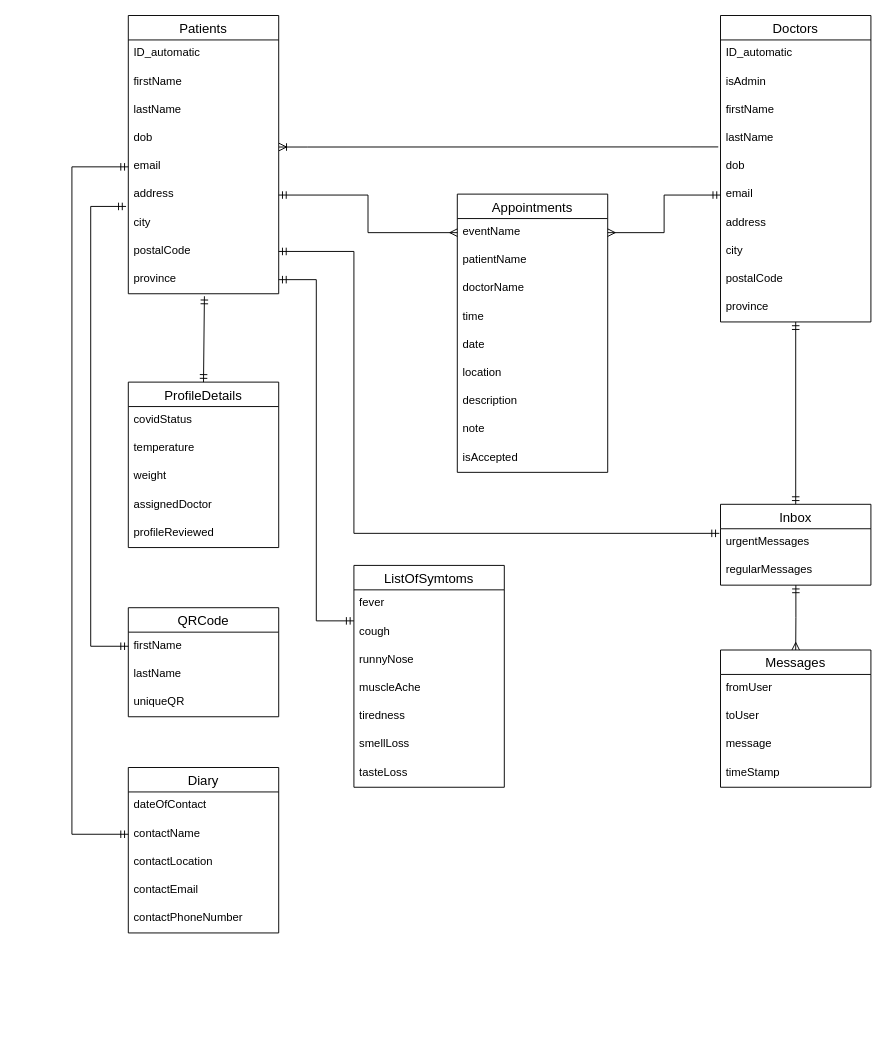
This is wiki_docs/SAD/Database diagram.drawio from SamanthaGuillemette/SOEN390, a draw.io file, before an edit. Source tidied: cells renumbered, new cells numbered last; positions are measured from the earlier drawing's top-left corner, leaving out a move shared by most shapes. Both pictures are drawn from the tidied source at 94%, with x=0, y=0 at pixel (71, 15).
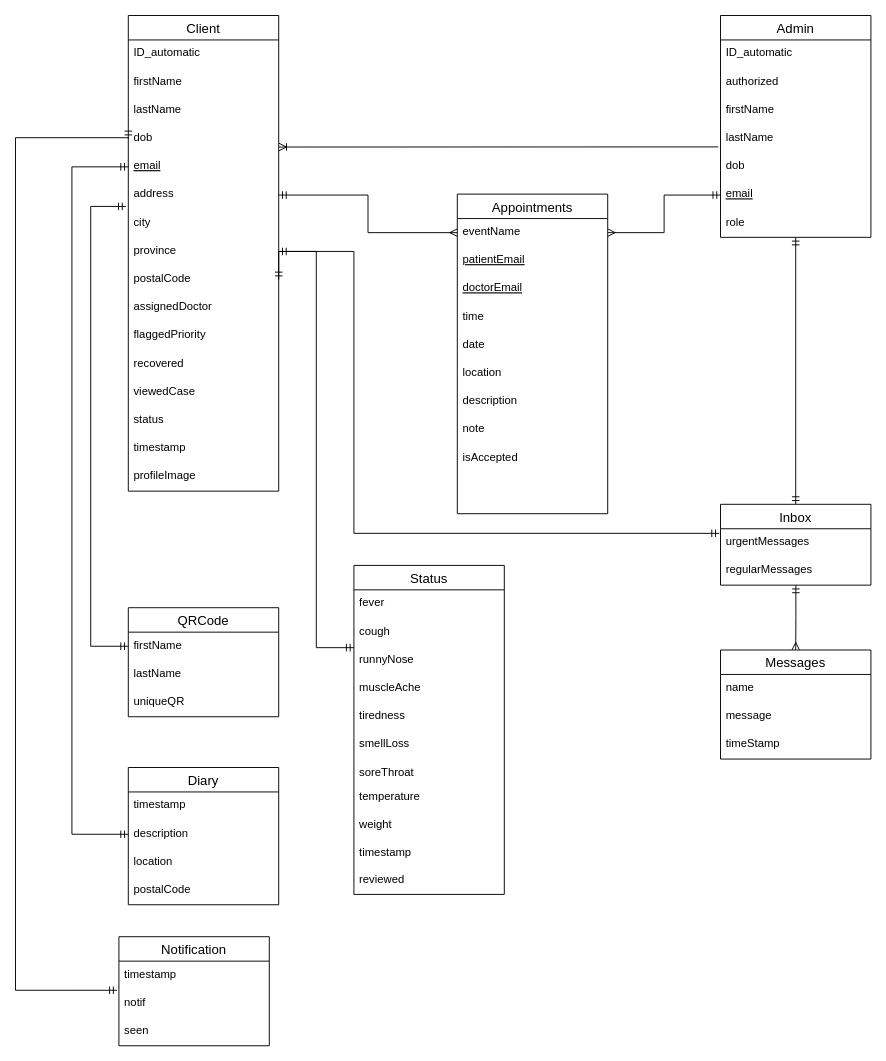
After the change.

Commit message:
Database diagram updated

Unchanged cells that the change refers to:
```xml
<mxCell id="6" value="dob" style="text;strokeColor=none;fillColor=none;spacingLeft=4;spacingRight=4;overflow=hidden;points=[[0,0.5],[1,0.5]];portConstraint=eastwest;fontSize=12;" parent="2" vertex="1">
  <mxGeometry y="116" width="160" height="30" as="geometry" />
</mxCell>
```

Diff of the diagram source:
```diff
@@
+    <mxCell id="47" value="Status" style="swimlane;fontStyle=0;horizontal=1;startSize=26;align=center;fontSize=14;" parent="1" vertex="1">
+      <mxGeometry x="300" y="585" width="160" height="350" as="geometry" />
+    </mxCell>
+    <mxCell id="48" value="fever" style="text;strokeColor=none;fillColor=none;spacingLeft=4;spacingRight=4;overflow=hidden;fontSize=12;" parent="47" vertex="1">
+      <mxGeometry y="26" width="160" height="30" as="geometry" />
+    </mxCell>
+    <mxCell id="49" value="cough" style="text;strokeColor=none;fillColor=none;spacingLeft=4;spacingRight=4;overflow=hidden;fontSize=12;" parent="47" vertex="1">
+      <mxGeometry y="56" width="160" height="30" as="geometry" />
+    </mxCell>
+    <mxCell id="50" value="runnyNose" style="text;strokeColor=none;fillColor=none;spacingLeft=4;spacingRight=4;overflow=hidden;fontSize=12;" parent="47" vertex="1">
+      <mxGeometry y="86" width="160" height="30" as="geometry" />
+    </mxCell>
+    <mxCell id="51" value="muscleAche" style="text;strokeColor=none;fillColor=none;spacingLeft=4;spacingRight=4;overflow=hidden;fontSize=12;" parent="47" vertex="1">
+      <mxGeometry y="116" width="160" height="30" as="geometry" />
+    </mxCell>
+    <mxCell id="52" value="tiredness" style="text;strokeColor=none;fillColor=none;spacingLeft=4;spacingRight=4;overflow=hidden;fontSize=12;" parent="47" vertex="1">
+      <mxGeometry y="146" width="160" height="30" as="geometry" />
+    </mxCell>
+    <mxCell id="75" value="smellLoss" style="text;strokeColor=none;fillColor=none;spacingLeft=4;spacingRight=4;overflow=hidden;fontSize=12;" parent="47" vertex="1">
+      <mxGeometry y="176" width="160" height="30" as="geometry" />
+    </mxCell>
+    <mxCell id="53" value="soreThroat" style="text;strokeColor=none;fillColor=none;spacingLeft=4;spacingRight=4;overflow=hidden;fontSize=12;" parent="47" vertex="1">
+      <mxGeometry y="206" width="160" height="26" as="geometry" />
+    </mxCell>
+    <mxCell id="35" value="temperature" style="text;strokeColor=none;fillColor=none;spacingLeft=4;spacingRight=4;overflow=hidden;fontSize=12;" parent="47" vertex="1">
+      <mxGeometry y="232" width="160" height="30" as="geometry" />
+    </mxCell>
+    <mxCell id="36" value="weight" style="text;strokeColor=none;fillColor=none;spacingLeft=4;spacingRight=4;overflow=hidden;fontSize=12;" parent="47" vertex="1">
+      <mxGeometry y="262" width="160" height="30" as="geometry" />
+    </mxCell>
+    <mxCell id="76" value="timestamp" style="text;strokeColor=none;fillColor=none;spacingLeft=4;spacingRight=4;overflow=hidden;fontSize=12;" parent="47" vertex="1">
+      <mxGeometry y="292" width="160" height="28" as="geometry" />
+    </mxCell>
+    <mxCell id="77" value="reviewed" style="text;strokeColor=none;fillColor=none;spacingLeft=4;spacingRight=4;overflow=hidden;fontSize=12;" parent="47" vertex="1">
+      <mxGeometry y="320" width="160" height="30" as="geometry" />
+    </mxCell>
-    <mxCell id="2" value="Patients" style="swimlane;fontStyle=0;horizontal=1;startSize=26;align=center;fontSize=14;" parent="1" vertex="1">
-      <mxGeometry x="60" width="160" height="296" as="geometry" />
+    <mxCell id="2" value="Client" style="swimlane;fontStyle=0;horizontal=1;startSize=26;align=center;fontSize=14;" parent="1" vertex="1">
+      <mxGeometry x="60" width="160" height="506" as="geometry" />
     </mxCell>
@@
-    <mxCell id="7" value="email" style="text;strokeColor=none;fillColor=none;spacingLeft=4;spacingRight=4;overflow=hidden;points=[[0,0.5],[1,0.5]];portConstraint=eastwest;fontSize=12;" parent="2" vertex="1">
+    <mxCell id="7" value="email" style="text;strokeColor=none;fillColor=none;spacingLeft=4;spacingRight=4;overflow=hidden;points=[[0,0.5],[1,0.5]];portConstraint=eastwest;fontSize=12;fontStyle=4;" parent="2" vertex="1">
       <mxGeometry y="146" width="160" height="30" as="geometry" />
     </mxCell>
@@
+    <mxCell id="11" value="province" style="text;strokeColor=none;fillColor=none;spacingLeft=4;spacingRight=4;overflow=hidden;points=[[0,0.5],[1,0.5]];portConstraint=eastwest;fontSize=12;" parent="2" vertex="1">
+      <mxGeometry y="236" width="160" height="30" as="geometry" />
+    </mxCell>
     <mxCell id="10" value="postalCode" style="text;strokeColor=none;fillColor=none;spacingLeft=4;spacingRight=4;overflow=hidden;points=[[0,0.5],[1,0.5]];portConstraint=eastwest;fontSize=12;" parent="2" vertex="1">
-      <mxGeometry y="236" width="160" height="30" as="geometry" />
+      <mxGeometry y="266" width="160" height="30" as="geometry" />
     </mxCell>
-    <mxCell id="11" value="province" style="text;strokeColor=none;fillColor=none;spacingLeft=4;spacingRight=4;overflow=hidden;points=[[0,0.5],[1,0.5]];portConstraint=eastwest;fontSize=12;" parent="2" vertex="1">
-      <mxGeometry y="266" width="160" height="30" as="geometry" />
-    </mxCell>
+    <mxCell id="37" value="assignedDoctor" style="text;strokeColor=none;fillColor=none;spacingLeft=4;spacingRight=4;overflow=hidden;fontSize=12;" parent="2" vertex="1">
+      <mxGeometry y="296" width="160" height="30" as="geometry" />
+    </mxCell>
+    <mxCell id="78" value="flaggedPriority" style="text;strokeColor=none;fillColor=none;spacingLeft=4;spacingRight=4;overflow=hidden;fontSize=12;" parent="2" vertex="1">
+      <mxGeometry y="326" width="160" height="30" as="geometry" />
+    </mxCell>
+    <mxCell id="79" value="recovered" style="text;strokeColor=none;fillColor=none;spacingLeft=4;spacingRight=4;overflow=hidden;fontSize=12;" parent="2" vertex="1">
+      <mxGeometry y="356" width="160" height="30" as="geometry" />
+    </mxCell>
+    <mxCell id="80" value="viewedCase" style="text;strokeColor=none;fillColor=none;spacingLeft=4;spacingRight=4;overflow=hidden;fontSize=12;" parent="2" vertex="1">
+      <mxGeometry y="386" width="160" height="30" as="geometry" />
+    </mxCell>
+    <mxCell id="81" value="status" style="text;strokeColor=none;fillColor=none;spacingLeft=4;spacingRight=4;overflow=hidden;fontSize=12;" parent="2" vertex="1">
+      <mxGeometry y="416" width="160" height="30" as="geometry" />
+    </mxCell>
+    <mxCell id="82" value="timestamp" style="text;strokeColor=none;fillColor=none;spacingLeft=4;spacingRight=4;overflow=hidden;fontSize=12;" parent="2" vertex="1">
+      <mxGeometry y="446" width="160" height="30" as="geometry" />
+    </mxCell>
+    <mxCell id="83" value="profileImage" style="text;strokeColor=none;fillColor=none;spacingLeft=4;spacingRight=4;overflow=hidden;fontSize=12;" parent="2" vertex="1">
+      <mxGeometry y="476" width="160" height="30" as="geometry" />
+    </mxCell>
-    <mxCell id="12" value="Doctors" style="swimlane;fontStyle=0;horizontal=1;startSize=26;align=center;fontSize=14;" parent="1" vertex="1">
-      <mxGeometry x="690" width="160" height="326" as="geometry" />
+    <mxCell id="12" value="Admin" style="swimlane;fontStyle=0;horizontal=1;startSize=26;align=center;fontSize=14;" parent="1" vertex="1">
+      <mxGeometry x="690" width="160" height="236" as="geometry" />
     </mxCell>
@@
-    <mxCell id="14" value="isAdmin" style="text;strokeColor=none;fillColor=none;spacingLeft=4;spacingRight=4;overflow=hidden;fontSize=12;" parent="12" vertex="1">
+    <mxCell id="14" value="authorized" style="text;strokeColor=none;fillColor=none;spacingLeft=4;spacingRight=4;overflow=hidden;fontSize=12;" parent="12" vertex="1">
       <mxGeometry y="56" width="160" height="30" as="geometry" />
     </mxCell>
@@
-    <mxCell id="18" value="email" style="text;strokeColor=none;fillColor=none;spacingLeft=4;spacingRight=4;overflow=hidden;points=[[0,0.5],[1,0.5]];portConstraint=eastwest;fontSize=12;" parent="12" vertex="1">
+    <mxCell id="18" value="email" style="text;strokeColor=none;fillColor=none;spacingLeft=4;spacingRight=4;overflow=hidden;points=[[0,0.5],[1,0.5]];portConstraint=eastwest;fontSize=12;fontStyle=4;" parent="12" vertex="1">
       <mxGeometry y="176" width="160" height="30" as="geometry" />
     </mxCell>
-    <mxCell id="19" value="address" style="text;strokeColor=none;fillColor=none;spacingLeft=4;spacingRight=4;overflow=hidden;fontSize=12;" parent="12" vertex="1">
-      <mxGeometry y="206" width="160" height="30" as="geometry" />
-    </mxCell>
-    <mxCell id="20" value="city" style="text;strokeColor=none;fillColor=none;spacingLeft=4;spacingRight=4;overflow=hidden;fontSize=12;" parent="12" vertex="1">
-      <mxGeometry y="236" width="160" height="30" as="geometry" />
-    </mxCell>
-    <mxCell id="21" value="postalCode" style="text;strokeColor=none;fillColor=none;spacingLeft=4;spacingRight=4;overflow=hidden;fontSize=12;" parent="12" vertex="1">
-      <mxGeometry y="266" width="160" height="30" as="geometry" />
-    </mxCell>
-    <mxCell id="22" value="province" style="text;strokeColor=none;fillColor=none;spacingLeft=4;spacingRight=4;overflow=hidden;fontSize=12;" parent="12" vertex="1">
-      <mxGeometry y="296" width="160" height="30" as="geometry" />
-    </mxCell>
+    <mxCell id="84" value="role" style="text;strokeColor=none;fillColor=none;spacingLeft=4;spacingRight=4;overflow=hidden;fontSize=12;" parent="12" vertex="1">
+      <mxGeometry y="206" width="160" height="30" as="geometry" />
+    </mxCell>
     <mxCell id="23" value="Appointments" style="swimlane;fontStyle=0;horizontal=1;startSize=26;align=center;fontSize=14;" parent="1" vertex="1">
-      <mxGeometry x="410" y="190" width="160" height="296" as="geometry" />
+      <mxGeometry x="410" y="190" width="160" height="340" as="geometry" />
     </mxCell>
@@
-    <mxCell id="25" value="patientName" style="text;strokeColor=none;fillColor=none;spacingLeft=4;spacingRight=4;overflow=hidden;fontSize=12;" parent="23" vertex="1">
+    <mxCell id="25" value="patientEmail" style="text;strokeColor=none;fillColor=none;spacingLeft=4;spacingRight=4;overflow=hidden;fontSize=12;fontStyle=4;" parent="23" vertex="1">
       <mxGeometry y="56" width="160" height="30" as="geometry" />
     </mxCell>
-    <mxCell id="26" value="doctorName" style="text;strokeColor=none;fillColor=none;spacingLeft=4;spacingRight=4;overflow=hidden;fontSize=12;" parent="23" vertex="1">
+    <mxCell id="26" value="doctorEmail" style="text;strokeColor=none;fillColor=none;spacingLeft=4;spacingRight=4;overflow=hidden;fontSize=12;fontStyle=4;" parent="23" vertex="1">
       <mxGeometry y="86" width="160" height="30" as="geometry" />
     </mxCell>
@@
     <mxCell id="32" value="isAccepted" style="text;strokeColor=none;fillColor=none;spacingLeft=4;spacingRight=4;overflow=hidden;fontSize=12;" parent="23" vertex="1">
-      <mxGeometry y="266" width="160" height="30" as="geometry" />
+      <mxGeometry y="266" width="160" height="74" as="geometry" />
     </mxCell>
-    <mxCell id="33" value="ProfileDetails" style="swimlane;fontStyle=0;horizontal=1;startSize=26;align=center;fontSize=14;" parent="1" vertex="1">
-      <mxGeometry x="60" y="390" width="160" height="176" as="geometry" />
-    </mxCell>
-    <mxCell id="34" value="covidStatus" style="text;strokeColor=none;fillColor=none;spacingLeft=4;spacingRight=4;overflow=hidden;fontSize=12;" parent="33" vertex="1">
-      <mxGeometry y="26" width="160" height="30" as="geometry" />
-    </mxCell>
-    <mxCell id="35" value="temperature" style="text;strokeColor=none;fillColor=none;spacingLeft=4;spacingRight=4;overflow=hidden;fontSize=12;" parent="33" vertex="1">
-      <mxGeometry y="56" width="160" height="30" as="geometry" />
-    </mxCell>
-    <mxCell id="36" value="weight" style="text;strokeColor=none;fillColor=none;spacingLeft=4;spacingRight=4;overflow=hidden;fontSize=12;" parent="33" vertex="1">
-      <mxGeometry y="86" width="160" height="30" as="geometry" />
-    </mxCell>
-    <mxCell id="37" value="assignedDoctor" style="text;strokeColor=none;fillColor=none;spacingLeft=4;spacingRight=4;overflow=hidden;fontSize=12;" parent="33" vertex="1">
-      <mxGeometry y="116" width="160" height="30" as="geometry" />
-    </mxCell>
-    <mxCell id="38" value="profileReviewed" style="text;strokeColor=none;fillColor=none;spacingLeft=4;spacingRight=4;overflow=hidden;fontSize=12;" parent="33" vertex="1">
-      <mxGeometry y="146" width="160" height="30" as="geometry" />
-    </mxCell>
@@
-    <mxCell id="47" value="ListOfSymtoms" style="swimlane;fontStyle=0;horizontal=1;startSize=26;align=center;fontSize=14;" parent="1" vertex="1">
-      <mxGeometry x="300" y="585" width="160" height="236" as="geometry" />
-    </mxCell>
-    <mxCell id="48" value="fever" style="text;strokeColor=none;fillColor=none;spacingLeft=4;spacingRight=4;overflow=hidden;fontSize=12;" parent="47" vertex="1">
-      <mxGeometry y="26" width="160" height="30" as="geometry" />
-    </mxCell>
-    <mxCell id="49" value="cough" style="text;strokeColor=none;fillColor=none;spacingLeft=4;spacingRight=4;overflow=hidden;fontSize=12;" parent="47" vertex="1">
-      <mxGeometry y="56" width="160" height="30" as="geometry" />
-    </mxCell>
-    <mxCell id="50" value="runnyNose" style="text;strokeColor=none;fillColor=none;spacingLeft=4;spacingRight=4;overflow=hidden;fontSize=12;" parent="47" vertex="1">
-      <mxGeometry y="86" width="160" height="30" as="geometry" />
-    </mxCell>
-    <mxCell id="51" value="muscleAche" style="text;strokeColor=none;fillColor=none;spacingLeft=4;spacingRight=4;overflow=hidden;fontSize=12;" parent="47" vertex="1">
-      <mxGeometry y="116" width="160" height="30" as="geometry" />
-    </mxCell>
-    <mxCell id="52" value="tiredness" style="text;strokeColor=none;fillColor=none;spacingLeft=4;spacingRight=4;overflow=hidden;fontSize=12;" parent="47" vertex="1">
-      <mxGeometry y="146" width="160" height="30" as="geometry" />
-    </mxCell>
-    <mxCell id="53" value="smellLoss" style="text;strokeColor=none;fillColor=none;spacingLeft=4;spacingRight=4;overflow=hidden;fontSize=12;" parent="47" vertex="1">
-      <mxGeometry y="176" width="160" height="30" as="geometry" />
-    </mxCell>
-    <mxCell id="54" value="tasteLoss" style="text;strokeColor=none;fillColor=none;spacingLeft=4;spacingRight=4;overflow=hidden;fontSize=12;" parent="47" vertex="1">
-      <mxGeometry y="206" width="160" height="30" as="geometry" />
-    </mxCell>
@@
     <mxCell id="56" value="Messages" style="swimlane;fontStyle=0;horizontal=1;startSize=26;align=center;fontSize=14;" parent="1" vertex="1">
-      <mxGeometry x="690" y="675" width="160" height="146" as="geometry" />
+      <mxGeometry x="690" y="675" width="160" height="116" as="geometry" />
     </mxCell>
-    <mxCell id="57" value="fromUser" style="text;strokeColor=none;fillColor=none;spacingLeft=4;spacingRight=4;overflow=hidden;fontSize=12;" parent="56" vertex="1">
+    <mxCell id="57" value="name" style="text;strokeColor=none;fillColor=none;spacingLeft=4;spacingRight=4;overflow=hidden;fontSize=12;" parent="56" vertex="1">
       <mxGeometry y="26" width="160" height="30" as="geometry" />
     </mxCell>
-    <mxCell id="58" value="toUser" style="text;strokeColor=none;fillColor=none;spacingLeft=4;spacingRight=4;overflow=hidden;fontSize=12;" parent="56" vertex="1">
-      <mxGeometry y="56" width="160" height="30" as="geometry" />
-    </mxCell>
     <mxCell id="59" value="message" style="text;strokeColor=none;fillColor=none;spacingLeft=4;spacingRight=4;overflow=hidden;fontSize=12;" parent="56" vertex="1">
-      <mxGeometry y="86" width="160" height="30" as="geometry" />
+      <mxGeometry y="56" width="160" height="30" as="geometry" />
     </mxCell>
     <mxCell id="60" value="timeStamp" style="text;strokeColor=none;fillColor=none;spacingLeft=4;spacingRight=4;overflow=hidden;fontSize=12;" parent="56" vertex="1">
-      <mxGeometry y="116" width="160" height="30" as="geometry" />
+      <mxGeometry y="86" width="160" height="30" as="geometry" />
     </mxCell>
-    <mxCell id="61" style="fontSize=12;html=1;endArrow=ERmandOne;startArrow=ERmandOne;rounded=0;exitX=0.5;exitY=0;exitDx=0;exitDy=0;entryX=0.506;entryY=1.089;entryDx=0;entryDy=0;entryPerimeter=0;" parent="1" edge="1" source="33" target="11">
-      <mxGeometry relative="1" as="geometry" />
-    </mxCell>
@@
     <mxCell id="68" value="Diary" style="swimlane;fontStyle=0;horizontal=1;startSize=26;align=center;fontSize=14;" parent="1" vertex="1">
-      <mxGeometry x="60" y="800" width="160" height="176" as="geometry" />
+      <mxGeometry x="60" y="800" width="160" height="146" as="geometry" />
     </mxCell>
-    <mxCell id="69" value="dateOfContact" style="text;strokeColor=none;fillColor=none;spacingLeft=4;spacingRight=4;overflow=hidden;fontSize=12;" parent="68" vertex="1">
+    <mxCell id="69" value="timestamp" style="text;strokeColor=none;fillColor=none;spacingLeft=4;spacingRight=4;overflow=hidden;fontSize=12;" parent="68" vertex="1">
       <mxGeometry y="26" width="160" height="30" as="geometry" />
     </mxCell>
-    <mxCell id="70" value="contactName" style="text;strokeColor=none;fillColor=none;spacingLeft=4;spacingRight=4;overflow=hidden;points=[[0,0.5],[1,0.5]];portConstraint=eastwest;fontSize=12;" parent="68" vertex="1">
+    <mxCell id="70" value="description" style="text;strokeColor=none;fillColor=none;spacingLeft=4;spacingRight=4;overflow=hidden;points=[[0,0.5],[1,0.5]];portConstraint=eastwest;fontSize=12;" parent="68" vertex="1">
       <mxGeometry y="56" width="160" height="30" as="geometry" />
     </mxCell>
-    <mxCell id="71" value="contactLocation" style="text;strokeColor=none;fillColor=none;spacingLeft=4;spacingRight=4;overflow=hidden;fontSize=12;" parent="68" vertex="1">
+    <mxCell id="71" value="location" style="text;strokeColor=none;fillColor=none;spacingLeft=4;spacingRight=4;overflow=hidden;fontSize=12;" parent="68" vertex="1">
       <mxGeometry y="86" width="160" height="30" as="geometry" />
     </mxCell>
-    <mxCell id="72" value="contactEmail" style="text;strokeColor=none;fillColor=none;spacingLeft=4;spacingRight=4;overflow=hidden;fontSize=12;" parent="68" vertex="1">
+    <mxCell id="72" value="postalCode" style="text;strokeColor=none;fillColor=none;spacingLeft=4;spacingRight=4;overflow=hidden;fontSize=12;" parent="68" vertex="1">
       <mxGeometry y="116" width="160" height="30" as="geometry" />
     </mxCell>
-    <mxCell id="73" value="contactPhoneNumber" style="text;strokeColor=none;fillColor=none;spacingLeft=4;spacingRight=4;overflow=hidden;fontSize=12;" parent="68" vertex="1">
-      <mxGeometry y="146" width="160" height="30" as="geometry" />
-    </mxCell>
@@
+    <mxCell id="85" value="Notification" style="swimlane;fontStyle=0;horizontal=1;startSize=26;align=center;fontSize=14;" parent="1" vertex="1">
+      <mxGeometry x="50" y="980" width="160" height="116" as="geometry" />
+    </mxCell>
+    <mxCell id="86" value="timestamp" style="text;strokeColor=none;fillColor=none;spacingLeft=4;spacingRight=4;overflow=hidden;fontSize=12;" parent="85" vertex="1">
+      <mxGeometry y="26" width="160" height="30" as="geometry" />
+    </mxCell>
+    <mxCell id="87" value="notif" style="text;strokeColor=none;fillColor=none;spacingLeft=4;spacingRight=4;overflow=hidden;points=[[0,0.5],[1,0.5]];portConstraint=eastwest;fontSize=12;" parent="85" vertex="1">
+      <mxGeometry y="56" width="160" height="30" as="geometry" />
+    </mxCell>
+    <mxCell id="88" value="seen" style="text;strokeColor=none;fillColor=none;spacingLeft=4;spacingRight=4;overflow=hidden;fontSize=12;" parent="85" vertex="1">
+      <mxGeometry y="86" width="160" height="30" as="geometry" />
+    </mxCell>
+    <mxCell id="89" style="edgeStyle=orthogonalEdgeStyle;html=1;exitX=0;exitY=0.5;exitDx=0;exitDy=0;entryX=-0.012;entryY=0.033;entryDx=0;entryDy=0;endArrow=ERmandOne;endFill=0;rounded=0;startArrow=ERmandOne;startFill=0;entryPerimeter=0;" parent="1" edge="1" source="6" target="87">
+      <mxGeometry relative="1" as="geometry">
+        <Array as="points">
+          <mxPoint x="60" y="130" />
+          <mxPoint x="-60" y="130" />
+          <mxPoint x="-60" y="1037" />
+        </Array>
+      </mxGeometry>
+    </mxCell>
```
